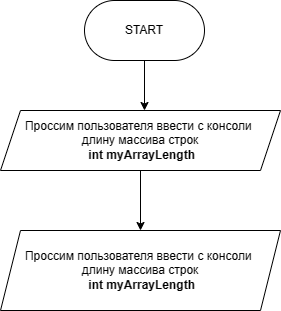
Before: Diagramma senza titolo.drawio.png, a diagram exported from draw.io (DariaKhan/GitInstructionWorkshop_2023_11_26). Source tidied: cells renumbered, new cells last; positions are measured from the earlier drawing's top-left corner, leaving out a move shared by most shapes.
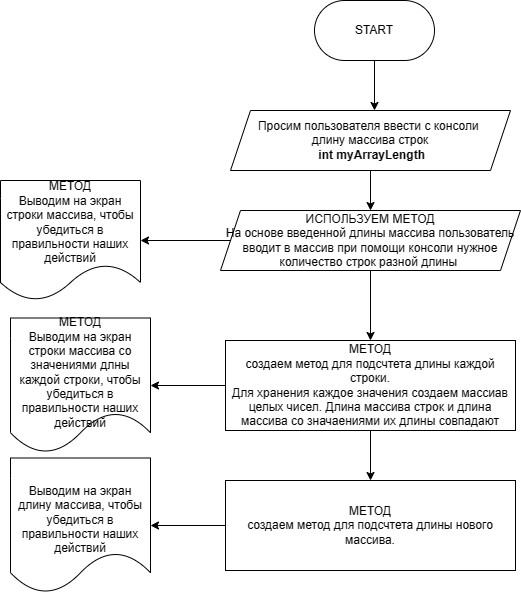
The same file after the commit.

Change to the diagram source:
```diff
@@ -13,11 +13,41 @@
     <mxCell id="4" style="edgeStyle=orthogonalEdgeStyle;rounded=0;jettySize=auto;html=1;" parent="1" edge="1" source="5" target="6">
       <mxGeometry relative="1" as="geometry" />
     </mxCell>
-    <mxCell id="5" value="Проссим пользователя ввести с консоли&amp;nbsp; &lt;br&gt;длину массива строк&lt;br&gt;&lt;b&gt;&amp;nbsp;int myArrayLength&lt;/b&gt;" style="shape=parallelogram;perimeter=parallelogramPerimeter;whiteSpace=wrap;html=1;fixedSize=1;" parent="1" vertex="1">
+    <mxCell id="5" value="Просим пользователя ввести с консоли&amp;nbsp; &lt;br&gt;длину массива строк&lt;br&gt;&lt;b&gt;&amp;nbsp;int myArrayLength&lt;/b&gt;" style="shape=parallelogram;perimeter=parallelogramPerimeter;whiteSpace=wrap;html=1;fixedSize=1;" parent="1" vertex="1">
       <mxGeometry y="110" width="280" height="60" as="geometry" />
     </mxCell>
+    <mxCell id="7" style="edgeStyle=orthogonalEdgeStyle;rounded=0;jettySize=auto;html=1;" parent="1" edge="1" source="6" target="9">
+      <mxGeometry relative="1" as="geometry" />
+    </mxCell>
+    <mxCell id="8" style="edgeStyle=orthogonalEdgeStyle;rounded=0;jettySize=auto;html=1;" parent="1" edge="1" source="6" target="12">
+      <mxGeometry relative="1" as="geometry" />
+    </mxCell>
-    <mxCell id="6" value="Проссим пользователя ввести с консоли&amp;nbsp; &lt;br&gt;длину массива строк&lt;br&gt;&lt;b&gt;&amp;nbsp;int myArrayLength&lt;/b&gt;" style="shape=parallelogram;perimeter=parallelogramPerimeter;whiteSpace=wrap;html=1;fixedSize=1;" parent="1" vertex="1">
-      <mxGeometry y="230" width="280" height="80" as="geometry" />
+    <mxCell id="6" value="ИСПОЛЬЗУЕМ МЕТОД&lt;br&gt;На основе введенной длины массива пользователь вводит в массив при помощи консоли нужное количество строк разной длины&amp;nbsp;" style="shape=parallelogram;perimeter=parallelogramPerimeter;whiteSpace=wrap;html=1;fixedSize=1;" parent="1" vertex="1">
+      <mxGeometry x="-10" y="210" width="300" height="60" as="geometry" />
     </mxCell>
+    <mxCell id="9" value="МЕТОД&lt;br&gt;Выводим на экран строки массива, чтобы убедиться в правильности наших действий" style="shape=document;whiteSpace=wrap;html=1;boundedLbl=1;" parent="1" vertex="1">
+      <mxGeometry x="-230" y="180" width="140" height="120" as="geometry" />
+    </mxCell>
+    <mxCell id="10" style="edgeStyle=orthogonalEdgeStyle;rounded=0;jettySize=auto;html=1;" parent="1" edge="1" source="12" target="13">
+      <mxGeometry relative="1" as="geometry" />
+    </mxCell>
+    <mxCell id="11" style="edgeStyle=orthogonalEdgeStyle;rounded=0;jettySize=auto;html=1;" parent="1" edge="1" source="12" target="15">
+      <mxGeometry relative="1" as="geometry" />
+    </mxCell>
+    <mxCell id="12" value="МЕТОД&lt;br&gt;&lt;div&gt;создаем метод для подсчтета длины каждой строки.&lt;/div&gt;&lt;div&gt;Для хранения каждое значения создаем массиав целых чисел. Длина массива строк и длина массива со значаениями их длины совпадают&lt;/div&gt;" style="rounded=0;whiteSpace=wrap;html=1;" parent="1" vertex="1">
+      <mxGeometry x="-5" y="340" width="290" height="90" as="geometry" />
+    </mxCell>
+    <mxCell id="13" value="&lt;br&gt;МЕТОД&lt;br&gt;Выводим на экран строки массива со значениями длны каждой строки, чтобы убедиться в правильности наших действий" style="shape=document;whiteSpace=wrap;html=1;boundedLbl=1;" parent="1" vertex="1">
+      <mxGeometry x="-220" y="317.5" width="140" height="135" as="geometry" />
+    </mxCell>
+    <mxCell id="14" style="edgeStyle=orthogonalEdgeStyle;rounded=0;jettySize=auto;html=1;" parent="1" edge="1" source="15" target="16">
+      <mxGeometry relative="1" as="geometry" />
+    </mxCell>
+    <mxCell id="15" value="МЕТОД&lt;br&gt;&lt;div&gt;создаем метод для подсчтета длины нового массива.&lt;/div&gt;" style="rounded=0;whiteSpace=wrap;html=1;" parent="1" vertex="1">
+      <mxGeometry x="-5" y="480" width="290" height="90" as="geometry" />
+    </mxCell>
+    <mxCell id="16" value="&lt;br&gt;&lt;br&gt;Выводим на экран длину массива, чтобы убедиться в правильности наших действий" style="shape=document;whiteSpace=wrap;html=1;boundedLbl=1;" parent="1" vertex="1">
+      <mxGeometry x="-220" y="457.5" width="140" height="135" as="geometry" />
+    </mxCell>
   </root>
 </mxGraphModel>
```
